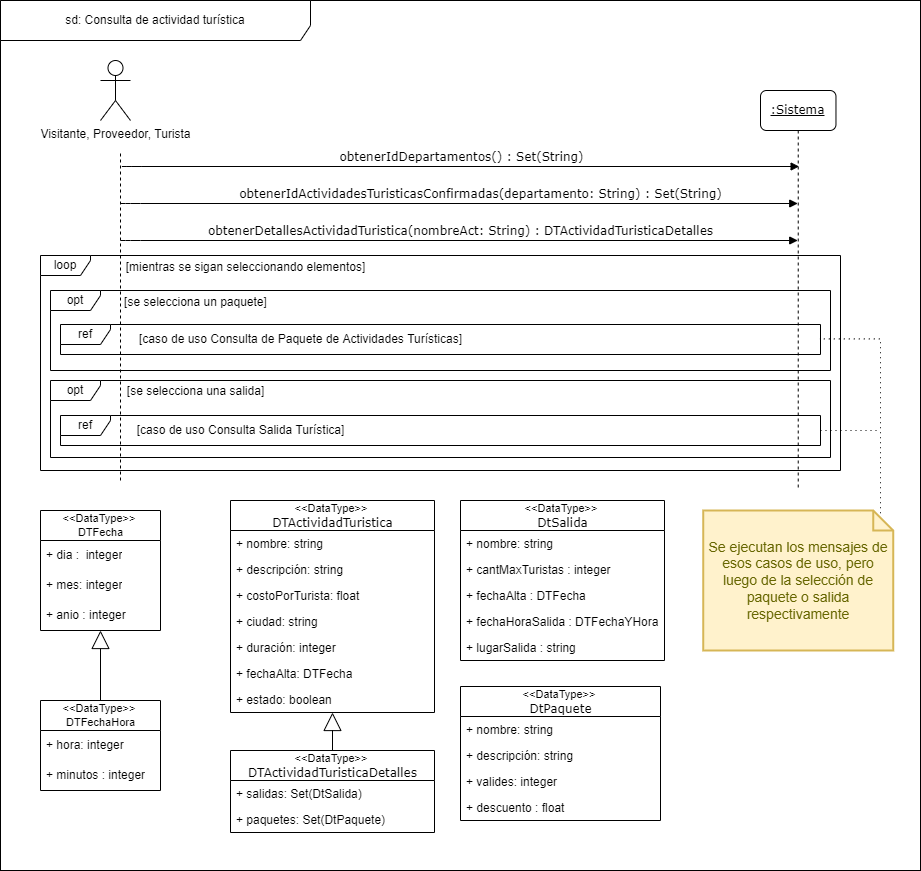
This is docs/Iteración 2/Análisis/DSS Servidor web/ConsultaDeActividadTuristica.png from FacundoDiaz00/Taller-de-Programaci-n, a draw.io export, as it was before one commit. Source tidied: cells renumbered, new cells last; positions are measured from the earlier drawing's top-left corner, leaving out a move shared by most shapes.
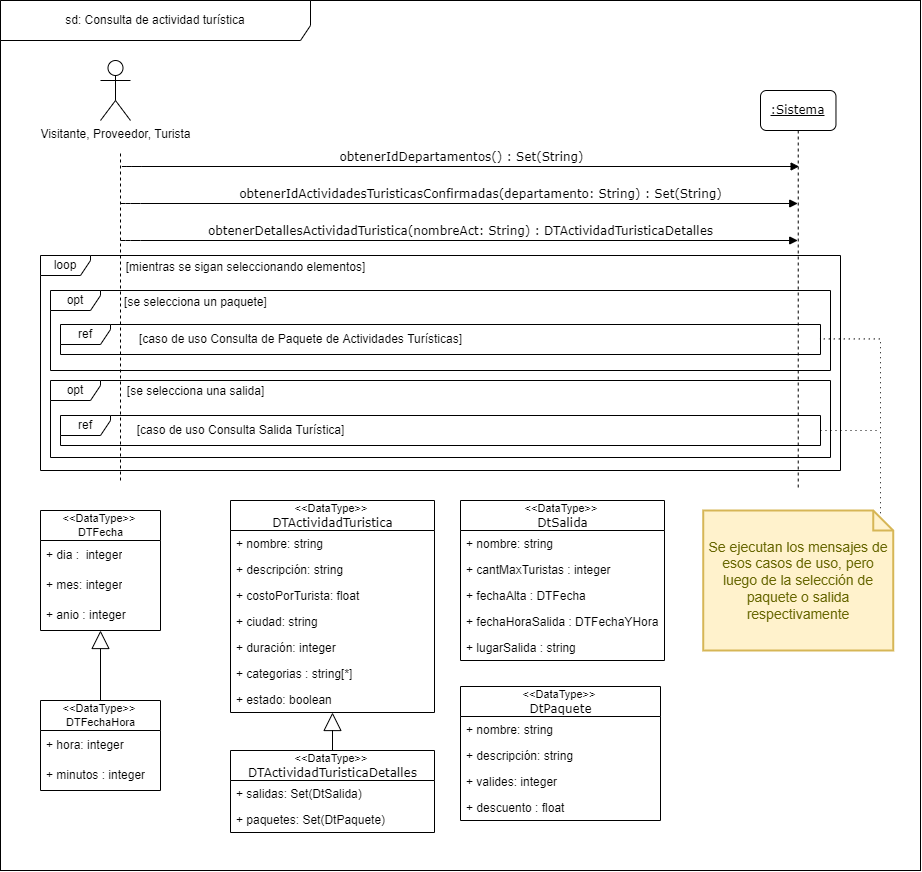
After the commit.

Commit message:
fix ConsultaAT WEB

The edit, as a diff of the source:
```diff
@@ -64,7 +64,7 @@
     <mxCell id="17" value="+ duración: integer" style="text;strokeColor=none;fillColor=none;align=left;verticalAlign=top;spacingLeft=4;spacingRight=4;overflow=hidden;" parent="12" vertex="1">
       <mxGeometry y="134" width="204" height="26" as="geometry" />
     </mxCell>
-    <mxCell id="18" value="+ fechaAlta: DTFecha" style="text;strokeColor=none;fillColor=none;align=left;verticalAlign=top;spacingLeft=4;spacingRight=4;overflow=hidden;" parent="12" vertex="1">
+    <mxCell id="18" value="+ categorias : string[*]" style="text;strokeColor=none;fillColor=none;align=left;verticalAlign=top;spacingLeft=4;spacingRight=4;overflow=hidden;" parent="12" vertex="1">
       <mxGeometry y="160" width="204" height="26" as="geometry" />
     </mxCell>
     <mxCell id="19" value="+ estado: boolean" style="text;strokeColor=none;fillColor=none;align=left;verticalAlign=top;spacingLeft=4;spacingRight=4;overflow=hidden;" parent="12" vertex="1">
```
